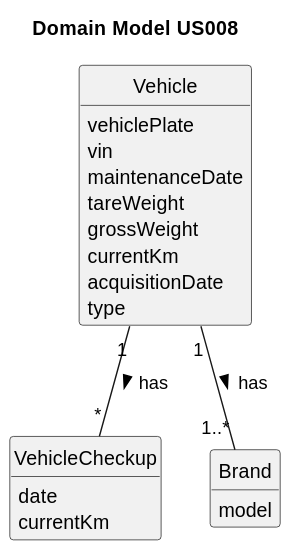
This is docs/sprintA/us008/02.analysis/svg/us008-domain-model-Domain_Model_US008.svg from RicardoMorim/lapr2-ISEP-Project, a PlantUML export, as it was before one commit.
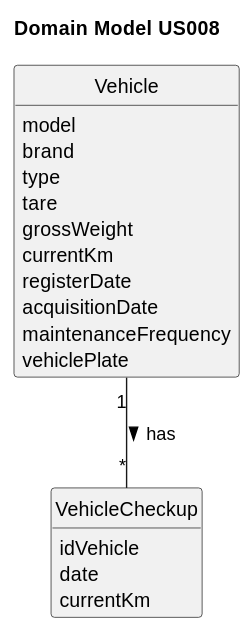
The same diagram one commit later.

The edit, as a diff of the source:
```diff
@@ -11,25 +11,24 @@
 title Domain Model US008
 
 class VehicleCheckup {
+    idVehicle
     date
     currentKm
 }
 
 class Vehicle {
-    vehiclePlate
-    vin
-    maintenanceDate
-    tareWeight
+    model
+    brand
+    type
+    tare
     grossWeight
     currentKm
+    registerDate
     acquisitionDate
-    type
+    maintenanceFrequency
+    vehiclePlate
 }
 
-class Brand {
-    model
-}
 
 Vehicle "1" -- "*" VehicleCheckup: has >
-Vehicle "1" -- "1..*" Brand: has >
 @enduml
```
